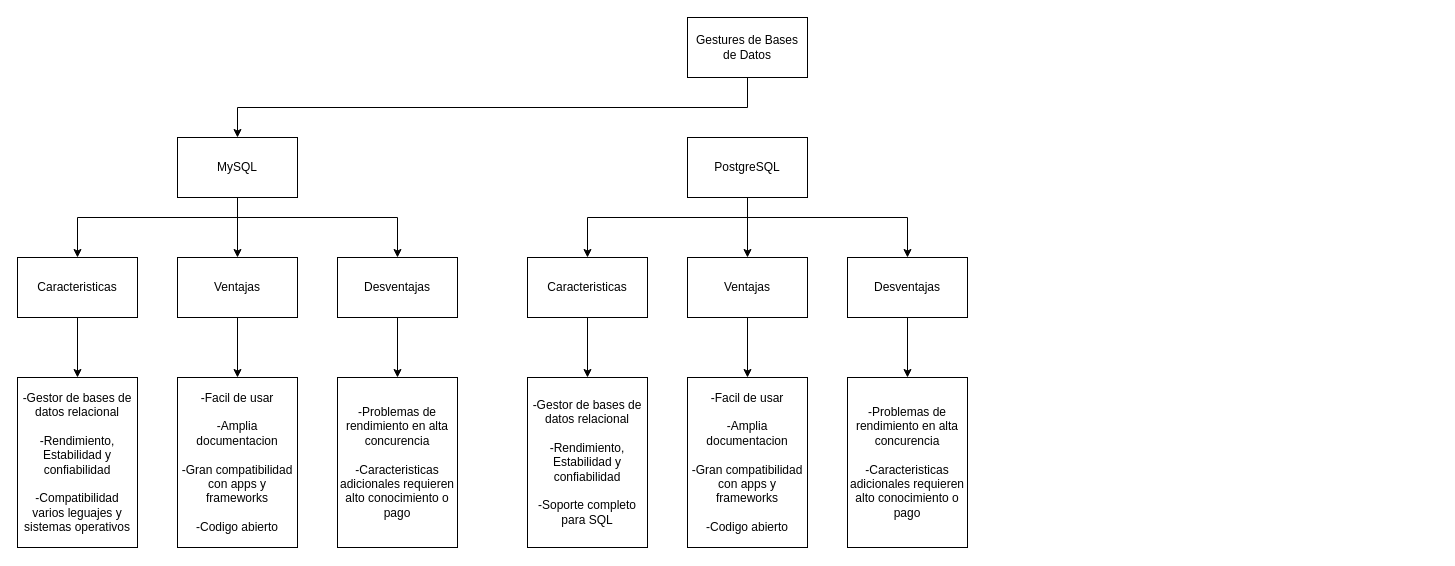
Above: Diagrama sin título.drawio in PabloKooss/Tercer_Modulo (draw.io), before the change. Source tidied: cells renumbered, new cells numbered last; positions are measured from the earlier drawing's top-left corner, leaving out a move shared by most shapes. Both pictures are drawn from the tidied source at 100%, with x=0, y=0 at pixel (17, 17).
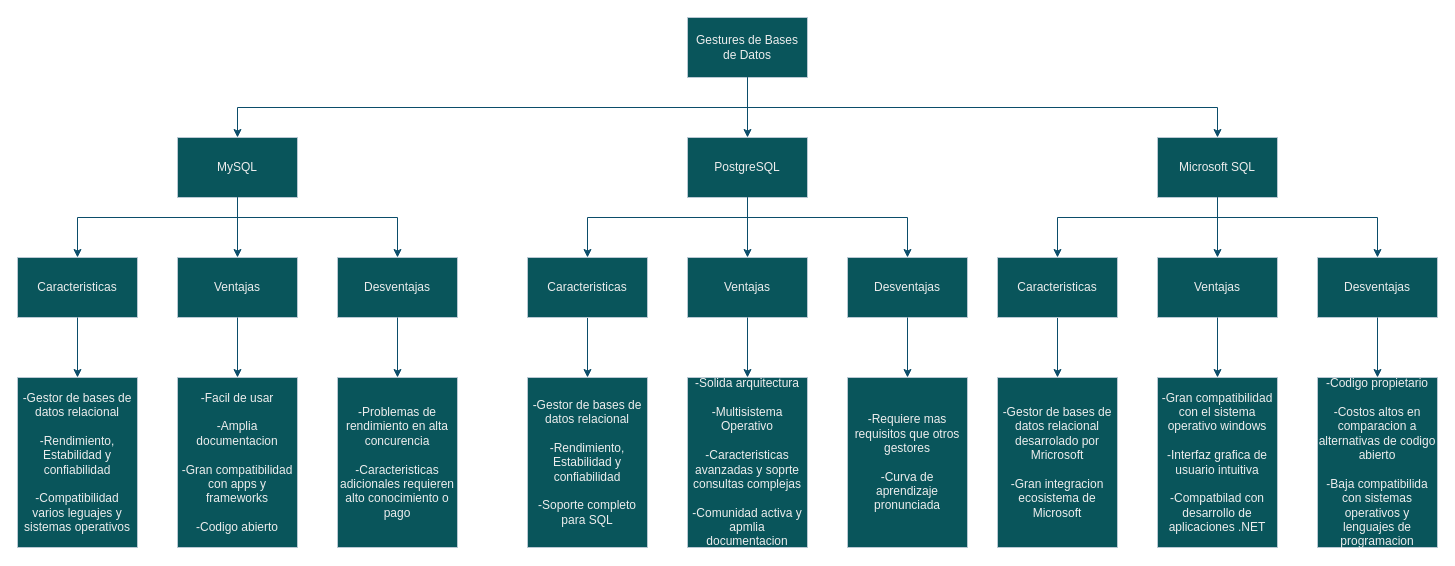
After the change.

What changed in the source:
```diff
@@
-    <mxCell id="2" value="Gestures de Bases de Datos" style="rounded=0;whiteSpace=wrap;html=1;" parent="1" vertex="1">
+    <mxCell id="2" value="Gestures de Bases de Datos" style="rounded=0;whiteSpace=wrap;html=1;labelBackgroundColor=none;fillColor=#09555B;strokeColor=#BAC8D3;fontColor=#EEEEEE;" parent="1" vertex="1">
       <mxGeometry x="670" width="120" height="60" as="geometry" />
     </mxCell>
-    <mxCell id="3" value="MySQL" style="rounded=0;whiteSpace=wrap;html=1;" parent="1" vertex="1">
+    <mxCell id="3" value="MySQL" style="rounded=0;whiteSpace=wrap;html=1;labelBackgroundColor=none;fillColor=#09555B;strokeColor=#BAC8D3;fontColor=#EEEEEE;" parent="1" vertex="1">
       <mxGeometry x="160" y="120" width="120" height="60" as="geometry" />
     </mxCell>
-    <mxCell id="4" value="Caracteristicas" style="rounded=0;whiteSpace=wrap;html=1;" parent="1" vertex="1">
+    <mxCell id="4" value="Caracteristicas" style="rounded=0;whiteSpace=wrap;html=1;labelBackgroundColor=none;fillColor=#09555B;strokeColor=#BAC8D3;fontColor=#EEEEEE;" parent="1" vertex="1">
       <mxGeometry y="240" width="120" height="60" as="geometry" />
     </mxCell>
-    <mxCell id="5" value="Ventajas" style="rounded=0;whiteSpace=wrap;html=1;" parent="1" vertex="1">
+    <mxCell id="5" value="Ventajas" style="rounded=0;whiteSpace=wrap;html=1;labelBackgroundColor=none;fillColor=#09555B;strokeColor=#BAC8D3;fontColor=#EEEEEE;" parent="1" vertex="1">
       <mxGeometry x="160" y="240" width="120" height="60" as="geometry" />
     </mxCell>
-    <mxCell id="6" value="Desventajas" style="rounded=0;whiteSpace=wrap;html=1;" parent="1" vertex="1">
+    <mxCell id="6" value="Desventajas" style="rounded=0;whiteSpace=wrap;html=1;labelBackgroundColor=none;fillColor=#09555B;strokeColor=#BAC8D3;fontColor=#EEEEEE;" parent="1" vertex="1">
       <mxGeometry x="320" y="240" width="120" height="60" as="geometry" />
     </mxCell>
-    <mxCell id="7" value="&lt;div&gt;-Gestor de bases de datos relacional&lt;/div&gt;&lt;div&gt;&lt;br&gt;&lt;/div&gt;&lt;div&gt;-Rendimiento, Estabilidad y confiabilidad&lt;/div&gt;&lt;div&gt;&lt;br&gt;&lt;/div&gt;&lt;div&gt;-Compatibilidad varios leguajes y sistemas operativos&lt;br&gt;&lt;/div&gt;" style="rounded=0;whiteSpace=wrap;html=1;" parent="1" vertex="1">
+    <mxCell id="7" value="&lt;div&gt;-Gestor de bases de datos relacional&lt;/div&gt;&lt;div&gt;&lt;br&gt;&lt;/div&gt;&lt;div&gt;-Rendimiento, Estabilidad y confiabilidad&lt;/div&gt;&lt;div&gt;&lt;br&gt;&lt;/div&gt;&lt;div&gt;-Compatibilidad varios leguajes y sistemas operativos&lt;br&gt;&lt;/div&gt;" style="rounded=0;whiteSpace=wrap;html=1;labelBackgroundColor=none;fillColor=#09555B;strokeColor=#BAC8D3;fontColor=#EEEEEE;" parent="1" vertex="1">
       <mxGeometry y="360" width="120" height="170" as="geometry" />
     </mxCell>
-    <mxCell id="8" style="endArrow=classic;html=1;rounded=0;exitX=0.5;exitY=1;exitDx=0;exitDy=0;entryX=0.5;entryY=0;entryDx=0;entryDy=0;" parent="1" edge="1" source="2" target="3">
+    <mxCell id="8" style="endArrow=classic;html=1;rounded=0;exitX=0.5;exitY=1;exitDx=0;exitDy=0;entryX=0.5;entryY=0;entryDx=0;entryDy=0;labelBackgroundColor=none;strokeColor=#0B4D6A;fontColor=default;" parent="1" edge="1" source="2" target="3">
       <mxGeometry relative="1" as="geometry">
         <Array as="points">
           <mxPoint x="730" y="90" />
           <mxPoint x="220" y="90" />
         </Array>
       </mxGeometry>
     </mxCell>
-    <mxCell id="9" style="endArrow=classic;html=1;rounded=0;exitX=0.5;exitY=1;exitDx=0;exitDy=0;entryX=0.5;entryY=0;entryDx=0;entryDy=0;" parent="1" edge="1" source="3" target="4">
+    <mxCell id="9" style="endArrow=classic;html=1;rounded=0;exitX=0.5;exitY=1;exitDx=0;exitDy=0;entryX=0.5;entryY=0;entryDx=0;entryDy=0;labelBackgroundColor=none;strokeColor=#0B4D6A;fontColor=default;" parent="1" edge="1" source="3" target="4">
       <mxGeometry relative="1" as="geometry">
         <Array as="points">
           <mxPoint x="220" y="200" />
           <mxPoint x="60" y="200" />
         </Array>
       </mxGeometry>
     </mxCell>
-    <mxCell id="10" style="endArrow=classic;html=1;rounded=0;exitX=0.5;exitY=1;exitDx=0;exitDy=0;entryX=0.5;entryY=0;entryDx=0;entryDy=0;" parent="1" edge="1" source="3" target="5">
+    <mxCell id="10" style="endArrow=classic;html=1;rounded=0;exitX=0.5;exitY=1;exitDx=0;exitDy=0;entryX=0.5;entryY=0;entryDx=0;entryDy=0;labelBackgroundColor=none;strokeColor=#0B4D6A;fontColor=default;" parent="1" edge="1" source="3" target="5">
       <mxGeometry relative="1" as="geometry" />
     </mxCell>
-    <mxCell id="11" style="endArrow=classic;html=1;rounded=0;exitX=0.5;exitY=1;exitDx=0;exitDy=0;entryX=0.5;entryY=0;entryDx=0;entryDy=0;" parent="1" edge="1" source="3" target="6">
+    <mxCell id="11" style="endArrow=classic;html=1;rounded=0;exitX=0.5;exitY=1;exitDx=0;exitDy=0;entryX=0.5;entryY=0;entryDx=0;entryDy=0;labelBackgroundColor=none;strokeColor=#0B4D6A;fontColor=default;" parent="1" edge="1" source="3" target="6">
       <mxGeometry relative="1" as="geometry">
         <Array as="points">
           <mxPoint x="220" y="200" />
           <mxPoint x="380" y="200" />
         </Array>
       </mxGeometry>
     </mxCell>
-    <mxCell id="12" style="endArrow=classic;html=1;rounded=0;exitX=0.5;exitY=1;exitDx=0;exitDy=0;entryX=0.5;entryY=0;entryDx=0;entryDy=0;" parent="1" edge="1" source="4" target="7">
+    <mxCell id="12" style="endArrow=classic;html=1;rounded=0;exitX=0.5;exitY=1;exitDx=0;exitDy=0;entryX=0.5;entryY=0;entryDx=0;entryDy=0;labelBackgroundColor=none;strokeColor=#0B4D6A;fontColor=default;" parent="1" edge="1" source="4" target="7">
       <mxGeometry relative="1" as="geometry" />
     </mxCell>
-    <mxCell id="13" value="&lt;div&gt;-Facil de usar&lt;/div&gt;&lt;div&gt;&lt;br&gt;&lt;/div&gt;&lt;div&gt;-Amplia documentacion&lt;br&gt;&lt;/div&gt;&lt;div&gt;&lt;br&gt;&lt;/div&gt;&lt;div&gt;-Gran compatibilidad con apps y frameworks&lt;/div&gt;&lt;div&gt;&lt;br&gt;&lt;/div&gt;&lt;div&gt;-Codigo abierto&lt;br&gt;&lt;/div&gt;" style="rounded=0;whiteSpace=wrap;html=1;" parent="1" vertex="1">
+    <mxCell id="13" value="&lt;div&gt;-Facil de usar&lt;/div&gt;&lt;div&gt;&lt;br&gt;&lt;/div&gt;&lt;div&gt;-Amplia documentacion&lt;br&gt;&lt;/div&gt;&lt;div&gt;&lt;br&gt;&lt;/div&gt;&lt;div&gt;-Gran compatibilidad con apps y frameworks&lt;/div&gt;&lt;div&gt;&lt;br&gt;&lt;/div&gt;&lt;div&gt;-Codigo abierto&lt;br&gt;&lt;/div&gt;" style="rounded=0;whiteSpace=wrap;html=1;labelBackgroundColor=none;fillColor=#09555B;strokeColor=#BAC8D3;fontColor=#EEEEEE;" parent="1" vertex="1">
       <mxGeometry x="160" y="360" width="120" height="170" as="geometry" />
     </mxCell>
-    <mxCell id="14" style="endArrow=classic;html=1;rounded=0;exitX=0.5;exitY=1;exitDx=0;exitDy=0;entryX=0.5;entryY=0;entryDx=0;entryDy=0;" parent="1" edge="1" source="5" target="13">
+    <mxCell id="14" style="endArrow=classic;html=1;rounded=0;exitX=0.5;exitY=1;exitDx=0;exitDy=0;entryX=0.5;entryY=0;entryDx=0;entryDy=0;labelBackgroundColor=none;strokeColor=#0B4D6A;fontColor=default;" parent="1" edge="1" source="5" target="13">
       <mxGeometry relative="1" as="geometry" />
     </mxCell>
-    <mxCell id="15" value="&lt;div&gt;-Problemas de rendimiento en alta concurencia&lt;/div&gt;&lt;div&gt;&lt;br&gt;&lt;/div&gt;&lt;div&gt;-Caracteristicas adicionales requieren alto conocimiento o pago&lt;br&gt;&lt;/div&gt;" style="rounded=0;whiteSpace=wrap;html=1;" parent="1" vertex="1">
+    <mxCell id="15" value="&lt;div&gt;-Problemas de rendimiento en alta concurencia&lt;/div&gt;&lt;div&gt;&lt;br&gt;&lt;/div&gt;&lt;div&gt;-Caracteristicas adicionales requieren alto conocimiento o pago&lt;br&gt;&lt;/div&gt;" style="rounded=0;whiteSpace=wrap;html=1;labelBackgroundColor=none;fillColor=#09555B;strokeColor=#BAC8D3;fontColor=#EEEEEE;" parent="1" vertex="1">
       <mxGeometry x="320" y="360" width="120" height="170" as="geometry" />
     </mxCell>
-    <mxCell id="16" style="endArrow=classic;html=1;rounded=0;exitX=0.5;exitY=1;exitDx=0;exitDy=0;entryX=0.5;entryY=0;entryDx=0;entryDy=0;" parent="1" edge="1" source="6" target="15">
+    <mxCell id="16" style="endArrow=classic;html=1;rounded=0;exitX=0.5;exitY=1;exitDx=0;exitDy=0;entryX=0.5;entryY=0;entryDx=0;entryDy=0;labelBackgroundColor=none;strokeColor=#0B4D6A;fontColor=default;" parent="1" edge="1" source="6" target="15">
       <mxGeometry relative="1" as="geometry" />
     </mxCell>
-    <mxCell id="17" value="PostgreSQL" style="rounded=0;whiteSpace=wrap;html=1;" parent="1" vertex="1">
+    <mxCell id="17" value="PostgreSQL" style="rounded=0;whiteSpace=wrap;html=1;labelBackgroundColor=none;fillColor=#09555B;strokeColor=#BAC8D3;fontColor=#EEEEEE;" parent="1" vertex="1">
       <mxGeometry x="670" y="120" width="120" height="60" as="geometry" />
     </mxCell>
-    <mxCell id="18" value="Ventajas" style="rounded=0;whiteSpace=wrap;html=1;" parent="1" vertex="1">
+    <mxCell id="18" value="Ventajas" style="rounded=0;whiteSpace=wrap;html=1;labelBackgroundColor=none;fillColor=#09555B;strokeColor=#BAC8D3;fontColor=#EEEEEE;" parent="1" vertex="1">
       <mxGeometry x="670" y="240" width="120" height="60" as="geometry" />
     </mxCell>
-    <mxCell id="19" value="Desventajas" style="rounded=0;whiteSpace=wrap;html=1;" parent="1" vertex="1">
+    <mxCell id="19" value="Desventajas" style="rounded=0;whiteSpace=wrap;html=1;labelBackgroundColor=none;fillColor=#09555B;strokeColor=#BAC8D3;fontColor=#EEEEEE;" parent="1" vertex="1">
       <mxGeometry x="830" y="240" width="120" height="60" as="geometry" />
     </mxCell>
-    <mxCell id="20" style="endArrow=classic;html=1;rounded=0;exitX=0.5;exitY=1;exitDx=0;exitDy=0;entryX=0.5;entryY=0;entryDx=0;entryDy=0;" parent="1" edge="1" source="17">
+    <mxCell id="20" style="endArrow=classic;html=1;rounded=0;exitX=0.5;exitY=1;exitDx=0;exitDy=0;entryX=0.5;entryY=0;entryDx=0;entryDy=0;labelBackgroundColor=none;strokeColor=#0B4D6A;fontColor=default;" parent="1" edge="1" source="17">
       <mxGeometry relative="1" as="geometry">
         <mxPoint x="570" y="240" as="targetPoint" />
         <Array as="points">
           <mxPoint x="730" y="200" />
           <mxPoint x="570" y="200" />
         </Array>
       </mxGeometry>
     </mxCell>
-    <mxCell id="21" style="endArrow=classic;html=1;rounded=0;exitX=0.5;exitY=1;exitDx=0;exitDy=0;entryX=0.5;entryY=0;entryDx=0;entryDy=0;" parent="1" edge="1" source="17" target="18">
+    <mxCell id="21" style="endArrow=classic;html=1;rounded=0;exitX=0.5;exitY=1;exitDx=0;exitDy=0;entryX=0.5;entryY=0;entryDx=0;entryDy=0;labelBackgroundColor=none;strokeColor=#0B4D6A;fontColor=default;" parent="1" edge="1" source="17" target="18">
       <mxGeometry relative="1" as="geometry" />
     </mxCell>
-    <mxCell id="22" style="endArrow=classic;html=1;rounded=0;exitX=0.5;exitY=1;exitDx=0;exitDy=0;entryX=0.5;entryY=0;entryDx=0;entryDy=0;" parent="1" edge="1" source="17" target="19">
+    <mxCell id="22" style="endArrow=classic;html=1;rounded=0;exitX=0.5;exitY=1;exitDx=0;exitDy=0;entryX=0.5;entryY=0;entryDx=0;entryDy=0;labelBackgroundColor=none;strokeColor=#0B4D6A;fontColor=default;" parent="1" edge="1" source="17" target="19">
       <mxGeometry relative="1" as="geometry">
         <Array as="points">
           <mxPoint x="730" y="200" />
           <mxPoint x="890" y="200" />
         </Array>
       </mxGeometry>
     </mxCell>
-    <mxCell id="23" style="endArrow=classic;html=1;rounded=0;exitX=0.5;exitY=1;exitDx=0;exitDy=0;entryX=0.5;entryY=0;entryDx=0;entryDy=0;" parent="1" edge="1">
+    <mxCell id="23" style="endArrow=classic;html=1;rounded=0;exitX=0.5;exitY=1;exitDx=0;exitDy=0;entryX=0.5;entryY=0;entryDx=0;entryDy=0;labelBackgroundColor=none;strokeColor=#0B4D6A;fontColor=default;" parent="1" edge="1">
       <mxGeometry relative="1" as="geometry">
         <mxPoint x="570" y="300" as="sourcePoint" />
         <mxPoint x="570" y="360" as="targetPoint" />
       </mxGeometry>
     </mxCell>
-    <mxCell id="24" value="&lt;div&gt;-Facil de usar&lt;/div&gt;&lt;div&gt;&lt;br&gt;&lt;/div&gt;&lt;div&gt;-Amplia documentacion&lt;br&gt;&lt;/div&gt;&lt;div&gt;&lt;br&gt;&lt;/div&gt;&lt;div&gt;-Gran compatibilidad con apps y frameworks&lt;/div&gt;&lt;div&gt;&lt;br&gt;&lt;/div&gt;&lt;div&gt;-Codigo abierto&lt;br&gt;&lt;/div&gt;" style="rounded=0;whiteSpace=wrap;html=1;" parent="1" vertex="1">
+    <mxCell id="24" value="&lt;div&gt;-Solida arquitectura&lt;br&gt;&lt;/div&gt;&lt;div&gt;&lt;br&gt;&lt;/div&gt;&lt;div&gt;-Multisistema Operativo&lt;br&gt;&lt;/div&gt;&lt;div&gt;&lt;br&gt;&lt;/div&gt;-Caracteristicas avanzadas y soprte consultas complejas &lt;br&gt;&lt;div&gt;&lt;br&gt;&lt;/div&gt;&lt;div&gt;-Comunidad activa y apmlia documentacion&lt;br&gt;&lt;/div&gt;" style="rounded=0;whiteSpace=wrap;html=1;labelBackgroundColor=none;fillColor=#09555B;strokeColor=#BAC8D3;fontColor=#EEEEEE;" parent="1" vertex="1">
       <mxGeometry x="670" y="360" width="120" height="170" as="geometry" />
     </mxCell>
-    <mxCell id="25" style="endArrow=classic;html=1;rounded=0;exitX=0.5;exitY=1;exitDx=0;exitDy=0;entryX=0.5;entryY=0;entryDx=0;entryDy=0;" parent="1" edge="1" source="18" target="24">
+    <mxCell id="25" style="endArrow=classic;html=1;rounded=0;exitX=0.5;exitY=1;exitDx=0;exitDy=0;entryX=0.5;entryY=0;entryDx=0;entryDy=0;labelBackgroundColor=none;strokeColor=#0B4D6A;fontColor=default;" parent="1" edge="1" source="18" target="24">
       <mxGeometry relative="1" as="geometry" />
     </mxCell>
-    <mxCell id="26" value="&lt;div&gt;-Problemas de rendimiento en alta concurencia&lt;/div&gt;&lt;div&gt;&lt;br&gt;&lt;/div&gt;&lt;div&gt;-Caracteristicas adicionales requieren alto conocimiento o pago&lt;br&gt;&lt;/div&gt;" style="rounded=0;whiteSpace=wrap;html=1;" parent="1" vertex="1">
+    <mxCell id="26" value="&lt;div&gt;-Requiere mas requisitos que otros gestores&lt;/div&gt;&lt;div&gt;&lt;br&gt;&lt;/div&gt;&lt;div&gt;-Curva de aprendizaje pronunciada&lt;br&gt;&lt;/div&gt;" style="rounded=0;whiteSpace=wrap;html=1;labelBackgroundColor=none;fillColor=#09555B;strokeColor=#BAC8D3;fontColor=#EEEEEE;" parent="1" vertex="1">
       <mxGeometry x="830" y="360" width="120" height="170" as="geometry" />
     </mxCell>
-    <mxCell id="27" style="endArrow=classic;html=1;rounded=0;exitX=0.5;exitY=1;exitDx=0;exitDy=0;entryX=0.5;entryY=0;entryDx=0;entryDy=0;" parent="1" edge="1" source="19" target="26">
+    <mxCell id="27" style="endArrow=classic;html=1;rounded=0;exitX=0.5;exitY=1;exitDx=0;exitDy=0;entryX=0.5;entryY=0;entryDx=0;entryDy=0;labelBackgroundColor=none;strokeColor=#0B4D6A;fontColor=default;" parent="1" edge="1" source="19" target="26">
       <mxGeometry relative="1" as="geometry" />
     </mxCell>
-    <mxCell id="28" value="Caracteristicas" style="rounded=0;whiteSpace=wrap;html=1;" parent="1" vertex="1">
+    <mxCell id="28" value="Caracteristicas" style="rounded=0;whiteSpace=wrap;html=1;labelBackgroundColor=none;fillColor=#09555B;strokeColor=#BAC8D3;fontColor=#EEEEEE;" parent="1" vertex="1">
       <mxGeometry x="510" y="240" width="120" height="60" as="geometry" />
     </mxCell>
-    <mxCell id="29" value="&lt;div&gt;-Gestor de bases de datos relacional&lt;/div&gt;&lt;div&gt;&lt;br&gt;&lt;/div&gt;&lt;div&gt;-Rendimiento, Estabilidad y confiabilidad&lt;/div&gt;&lt;div&gt;&lt;br&gt;&lt;/div&gt;&lt;div&gt;-Soporte completo para SQL&lt;br&gt;&lt;/div&gt;" style="rounded=0;whiteSpace=wrap;html=1;" parent="1" vertex="1">
+    <mxCell id="29" value="&lt;div&gt;-Gestor de bases de datos relacional&lt;/div&gt;&lt;div&gt;&lt;br&gt;&lt;/div&gt;&lt;div&gt;-Rendimiento, Estabilidad y confiabilidad&lt;/div&gt;&lt;div&gt;&lt;br&gt;&lt;/div&gt;&lt;div&gt;-Soporte completo para SQL&lt;br&gt;&lt;/div&gt;" style="rounded=0;whiteSpace=wrap;html=1;labelBackgroundColor=none;fillColor=#09555B;strokeColor=#BAC8D3;fontColor=#EEEEEE;" parent="1" vertex="1">
       <mxGeometry x="510" y="360" width="120" height="170" as="geometry" />
     </mxCell>
+    <mxCell id="30" style="endArrow=classic;html=1;rounded=0;exitX=0.5;exitY=1;exitDx=0;exitDy=0;labelBackgroundColor=none;strokeColor=#0B4D6A;fontColor=default;" parent="1" edge="1" source="2">
+      <mxGeometry relative="1" as="geometry">
+        <mxPoint x="730" y="120" as="targetPoint" />
+      </mxGeometry>
+    </mxCell>
+    <mxCell id="31" value="Microsoft SQL" style="rounded=0;whiteSpace=wrap;html=1;labelBackgroundColor=none;fillColor=#09555B;strokeColor=#BAC8D3;fontColor=#EEEEEE;" parent="1" vertex="1">
+      <mxGeometry x="1140" y="120" width="120" height="60" as="geometry" />
+    </mxCell>
+    <mxCell id="32" value="Ventajas" style="rounded=0;whiteSpace=wrap;html=1;labelBackgroundColor=none;fillColor=#09555B;strokeColor=#BAC8D3;fontColor=#EEEEEE;" parent="1" vertex="1">
+      <mxGeometry x="1140" y="240" width="120" height="60" as="geometry" />
+    </mxCell>
+    <mxCell id="33" value="Desventajas" style="rounded=0;whiteSpace=wrap;html=1;labelBackgroundColor=none;fillColor=#09555B;strokeColor=#BAC8D3;fontColor=#EEEEEE;" parent="1" vertex="1">
+      <mxGeometry x="1300" y="240" width="120" height="60" as="geometry" />
+    </mxCell>
+    <mxCell id="34" style="endArrow=classic;html=1;rounded=0;exitX=0.5;exitY=1;exitDx=0;exitDy=0;entryX=0.5;entryY=0;entryDx=0;entryDy=0;labelBackgroundColor=none;strokeColor=#0B4D6A;fontColor=default;" parent="1" edge="1" source="31">
+      <mxGeometry relative="1" as="geometry">
+        <mxPoint x="1040" y="240" as="targetPoint" />
+        <Array as="points">
+          <mxPoint x="1200" y="200" />
+          <mxPoint x="1040" y="200" />
+        </Array>
+      </mxGeometry>
+    </mxCell>
+    <mxCell id="35" style="endArrow=classic;html=1;rounded=0;exitX=0.5;exitY=1;exitDx=0;exitDy=0;entryX=0.5;entryY=0;entryDx=0;entryDy=0;labelBackgroundColor=none;strokeColor=#0B4D6A;fontColor=default;" parent="1" edge="1" source="31" target="32">
+      <mxGeometry relative="1" as="geometry" />
+    </mxCell>
+    <mxCell id="36" style="endArrow=classic;html=1;rounded=0;exitX=0.5;exitY=1;exitDx=0;exitDy=0;entryX=0.5;entryY=0;entryDx=0;entryDy=0;labelBackgroundColor=none;strokeColor=#0B4D6A;fontColor=default;" parent="1" edge="1" source="31" target="33">
+      <mxGeometry relative="1" as="geometry">
+        <Array as="points">
+          <mxPoint x="1200" y="200" />
+          <mxPoint x="1360" y="200" />
+        </Array>
+      </mxGeometry>
+    </mxCell>
+    <mxCell id="37" style="endArrow=classic;html=1;rounded=0;exitX=0.5;exitY=1;exitDx=0;exitDy=0;entryX=0.5;entryY=0;entryDx=0;entryDy=0;labelBackgroundColor=none;strokeColor=#0B4D6A;fontColor=default;" parent="1" edge="1">
+      <mxGeometry relative="1" as="geometry">
+        <mxPoint x="1040" y="300" as="sourcePoint" />
+        <mxPoint x="1040" y="360" as="targetPoint" />
+      </mxGeometry>
+    </mxCell>
+    <mxCell id="38" value="&lt;div&gt;-Gran compatibilidad con el sistema operativo windows&lt;br&gt;&lt;/div&gt;&lt;div&gt;&lt;br&gt;&lt;/div&gt;&lt;div&gt;-Interfaz grafica de usuario intuitiva&lt;/div&gt;&lt;div&gt;&lt;br&gt;&lt;/div&gt;&lt;div&gt;-Compatbilad con desarrollo de aplicaciones .NET&lt;br&gt;&lt;/div&gt;" style="rounded=0;whiteSpace=wrap;html=1;labelBackgroundColor=none;fillColor=#09555B;strokeColor=#BAC8D3;fontColor=#EEEEEE;" parent="1" vertex="1">
+      <mxGeometry x="1140" y="360" width="120" height="170" as="geometry" />
+    </mxCell>
+    <mxCell id="39" style="endArrow=classic;html=1;rounded=0;exitX=0.5;exitY=1;exitDx=0;exitDy=0;entryX=0.5;entryY=0;entryDx=0;entryDy=0;labelBackgroundColor=none;strokeColor=#0B4D6A;fontColor=default;" parent="1" edge="1" source="32" target="38">
+      <mxGeometry relative="1" as="geometry" />
+    </mxCell>
+    <mxCell id="40" value="&lt;div&gt;-Codigo propietario&lt;/div&gt;&lt;div&gt;&lt;br&gt;&lt;/div&gt;&lt;div&gt;-Costos altos en comparacion a alternativas de codigo abierto&lt;/div&gt;&lt;div&gt;&lt;br&gt;&lt;/div&gt;&lt;div&gt;-Baja compatibilida con sistemas operativos y lenguajes de programacion&lt;br&gt;&lt;/div&gt;" style="rounded=0;whiteSpace=wrap;html=1;labelBackgroundColor=none;fillColor=#09555B;strokeColor=#BAC8D3;fontColor=#EEEEEE;" parent="1" vertex="1">
+      <mxGeometry x="1300" y="360" width="120" height="170" as="geometry" />
+    </mxCell>
+    <mxCell id="41" style="endArrow=classic;html=1;rounded=0;exitX=0.5;exitY=1;exitDx=0;exitDy=0;entryX=0.5;entryY=0;entryDx=0;entryDy=0;labelBackgroundColor=none;strokeColor=#0B4D6A;fontColor=default;" parent="1" edge="1" source="33" target="40">
+      <mxGeometry relative="1" as="geometry" />
+    </mxCell>
+    <mxCell id="42" value="Caracteristicas" style="rounded=0;whiteSpace=wrap;html=1;labelBackgroundColor=none;fillColor=#09555B;strokeColor=#BAC8D3;fontColor=#EEEEEE;" parent="1" vertex="1">
+      <mxGeometry x="980" y="240" width="120" height="60" as="geometry" />
+    </mxCell>
+    <mxCell id="43" value="&lt;div&gt;-Gestor de bases de datos relacional desarrolado por Mricrosoft&lt;br&gt;&lt;/div&gt;&lt;div&gt;&lt;br&gt;&lt;/div&gt;&lt;div&gt;-Gran integracion ecosistema de Microsoft&lt;br&gt;&lt;/div&gt;" style="rounded=0;whiteSpace=wrap;html=1;labelBackgroundColor=none;fillColor=#09555B;strokeColor=#BAC8D3;fontColor=#EEEEEE;" parent="1" vertex="1">
+      <mxGeometry x="980" y="360" width="120" height="170" as="geometry" />
+    </mxCell>
+    <mxCell id="44" style="endArrow=classic;html=1;rounded=0;exitX=0.5;exitY=1;exitDx=0;exitDy=0;entryX=0.5;entryY=0;entryDx=0;entryDy=0;labelBackgroundColor=none;strokeColor=#0B4D6A;fontColor=default;" parent="1" edge="1" source="2" target="31">
+      <mxGeometry relative="1" as="geometry">
+        <Array as="points">
+          <mxPoint x="730" y="90" />
+          <mxPoint x="1200" y="90" />
+        </Array>
+      </mxGeometry>
+    </mxCell>
```
